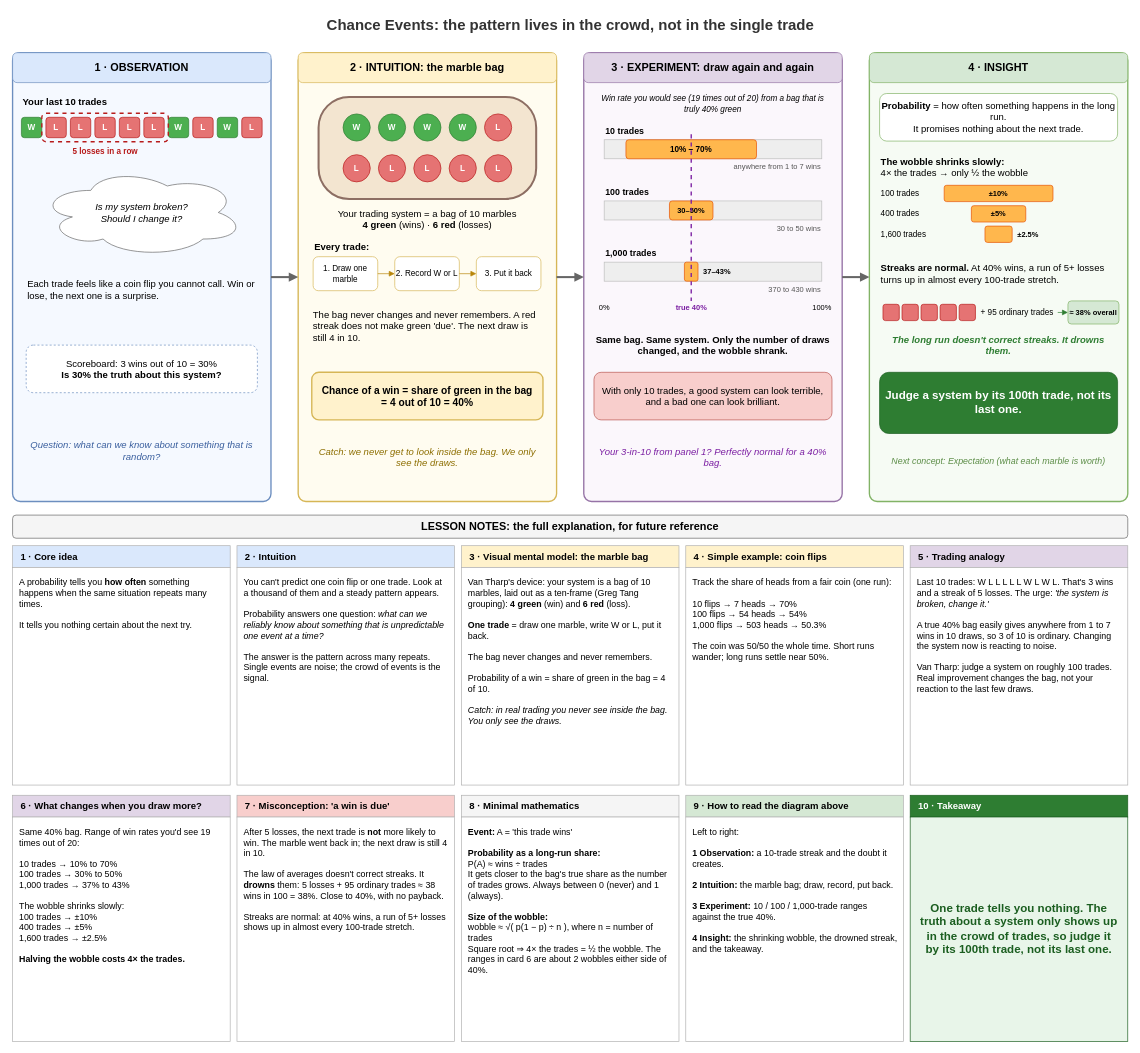
The draw.io diagram page "01 Chance Events" (1 of 3) of seeing-theory/01-basic-probability.drawio in raj-champaneriya-ibm/continuous-learning, before the edit. Source tidied: cells renumbered, new cells numbered last; positions are measured from the earlier drawing's top-left corner, leaving out a move shared by most shapes. Both pictures are drawn from the tidied source at 68%, with x=0, y=0 at pixel (12, 12).
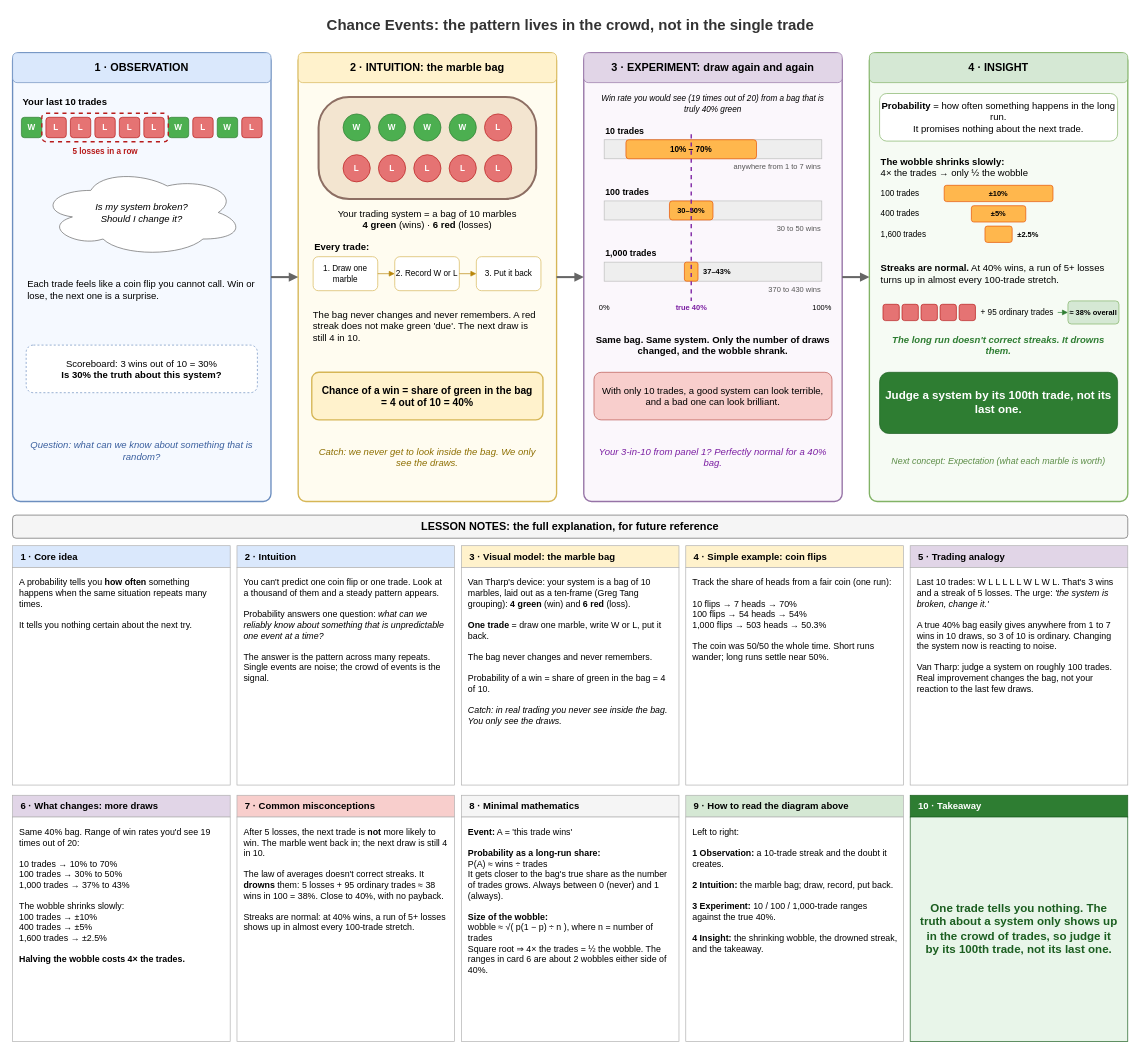
After the change.

Diff of the diagram source:
```diff
@@
-    <mxCell id="99" value="3 · Visual mental model: the marble bag" style="rounded=0;whiteSpace=wrap;html=1;fillColor=#fff2cc;strokeColor=#B0B0B0;align=left;spacingLeft=10;fontSize=14;fontStyle=1;" parent="1" vertex="1">
+    <mxCell id="99" value="3 · Visual model: the marble bag" style="rounded=0;whiteSpace=wrap;html=1;fillColor=#fff2cc;strokeColor=#B0B0B0;align=left;spacingLeft=10;fontSize=14;fontStyle=1;" parent="1" vertex="1">
       <mxGeometry x="660" y="785" width="320" height="32" as="geometry" />
     </mxCell>
@@
-    <mxCell id="105" value="6 · What changes when you draw more?" style="rounded=0;whiteSpace=wrap;html=1;fillColor=#e1d5e7;strokeColor=#B0B0B0;align=left;spacingLeft=10;fontSize=14;fontStyle=1;" parent="1" vertex="1">
+    <mxCell id="105" value="6 · What changes: more draws" style="rounded=0;whiteSpace=wrap;html=1;fillColor=#e1d5e7;strokeColor=#B0B0B0;align=left;spacingLeft=10;fontSize=14;fontStyle=1;" parent="1" vertex="1">
       <mxGeometry y="1152" width="320" height="32" as="geometry" />
     </mxCell>
@@
-    <mxCell id="107" value="7 · Misconception: 'a win is due'" style="rounded=0;whiteSpace=wrap;html=1;fillColor=#f8cecc;strokeColor=#B0B0B0;align=left;spacingLeft=10;fontSize=14;fontStyle=1;" parent="1" vertex="1">
+    <mxCell id="107" value="7 · Common misconceptions" style="rounded=0;whiteSpace=wrap;html=1;fillColor=#f8cecc;strokeColor=#B0B0B0;align=left;spacingLeft=10;fontSize=14;fontStyle=1;" parent="1" vertex="1">
       <mxGeometry x="330" y="1152" width="320" height="32" as="geometry" />
     </mxCell>
```
